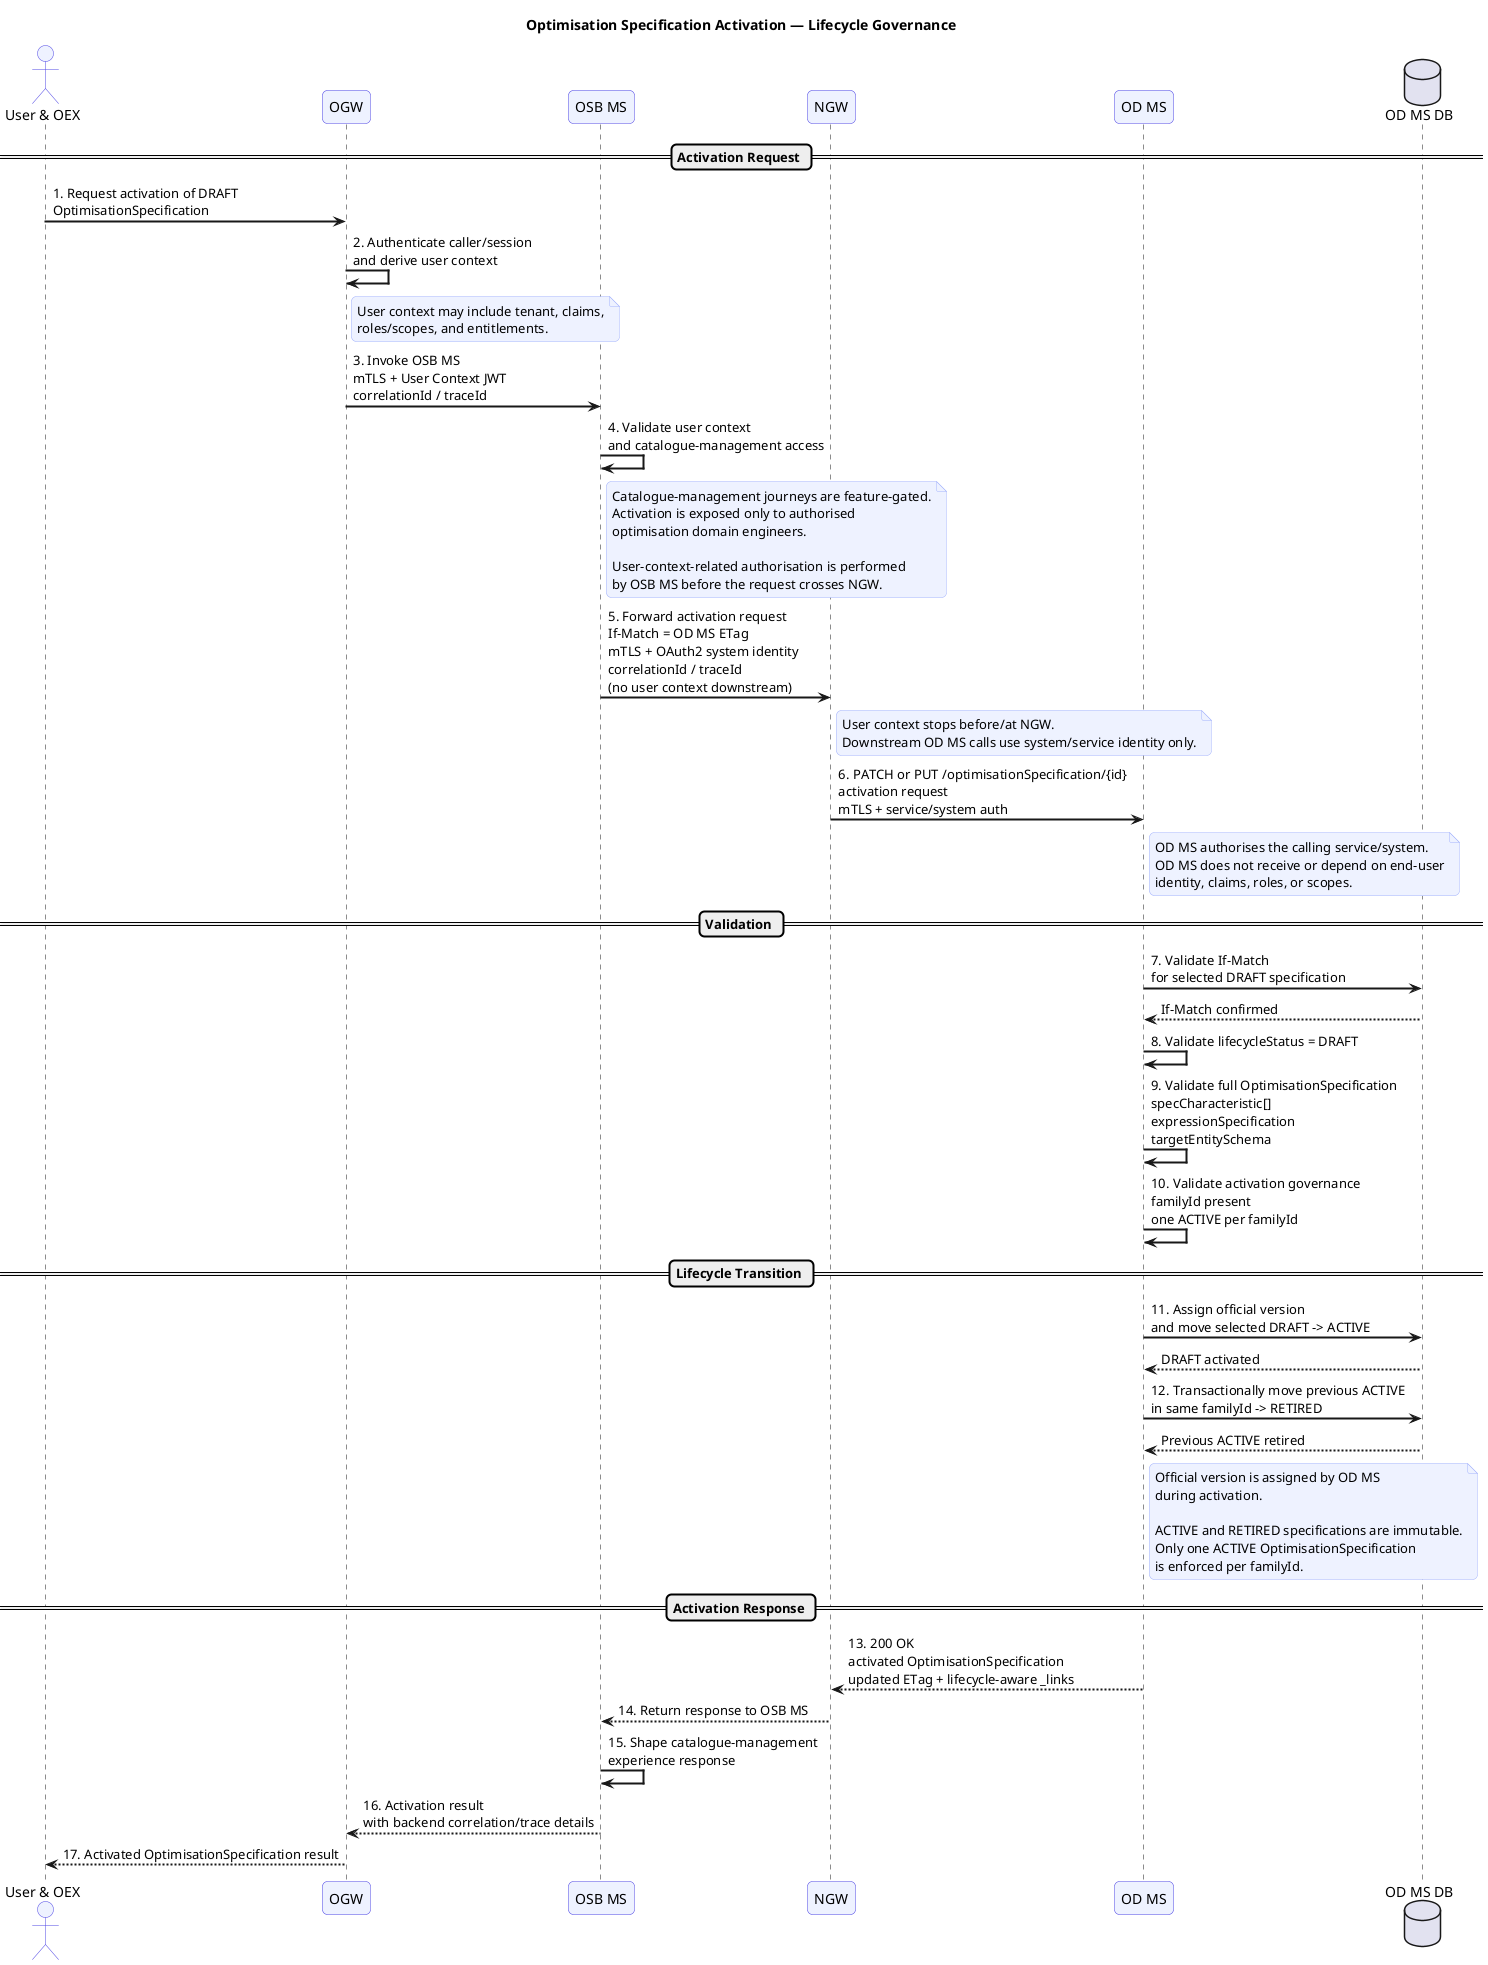
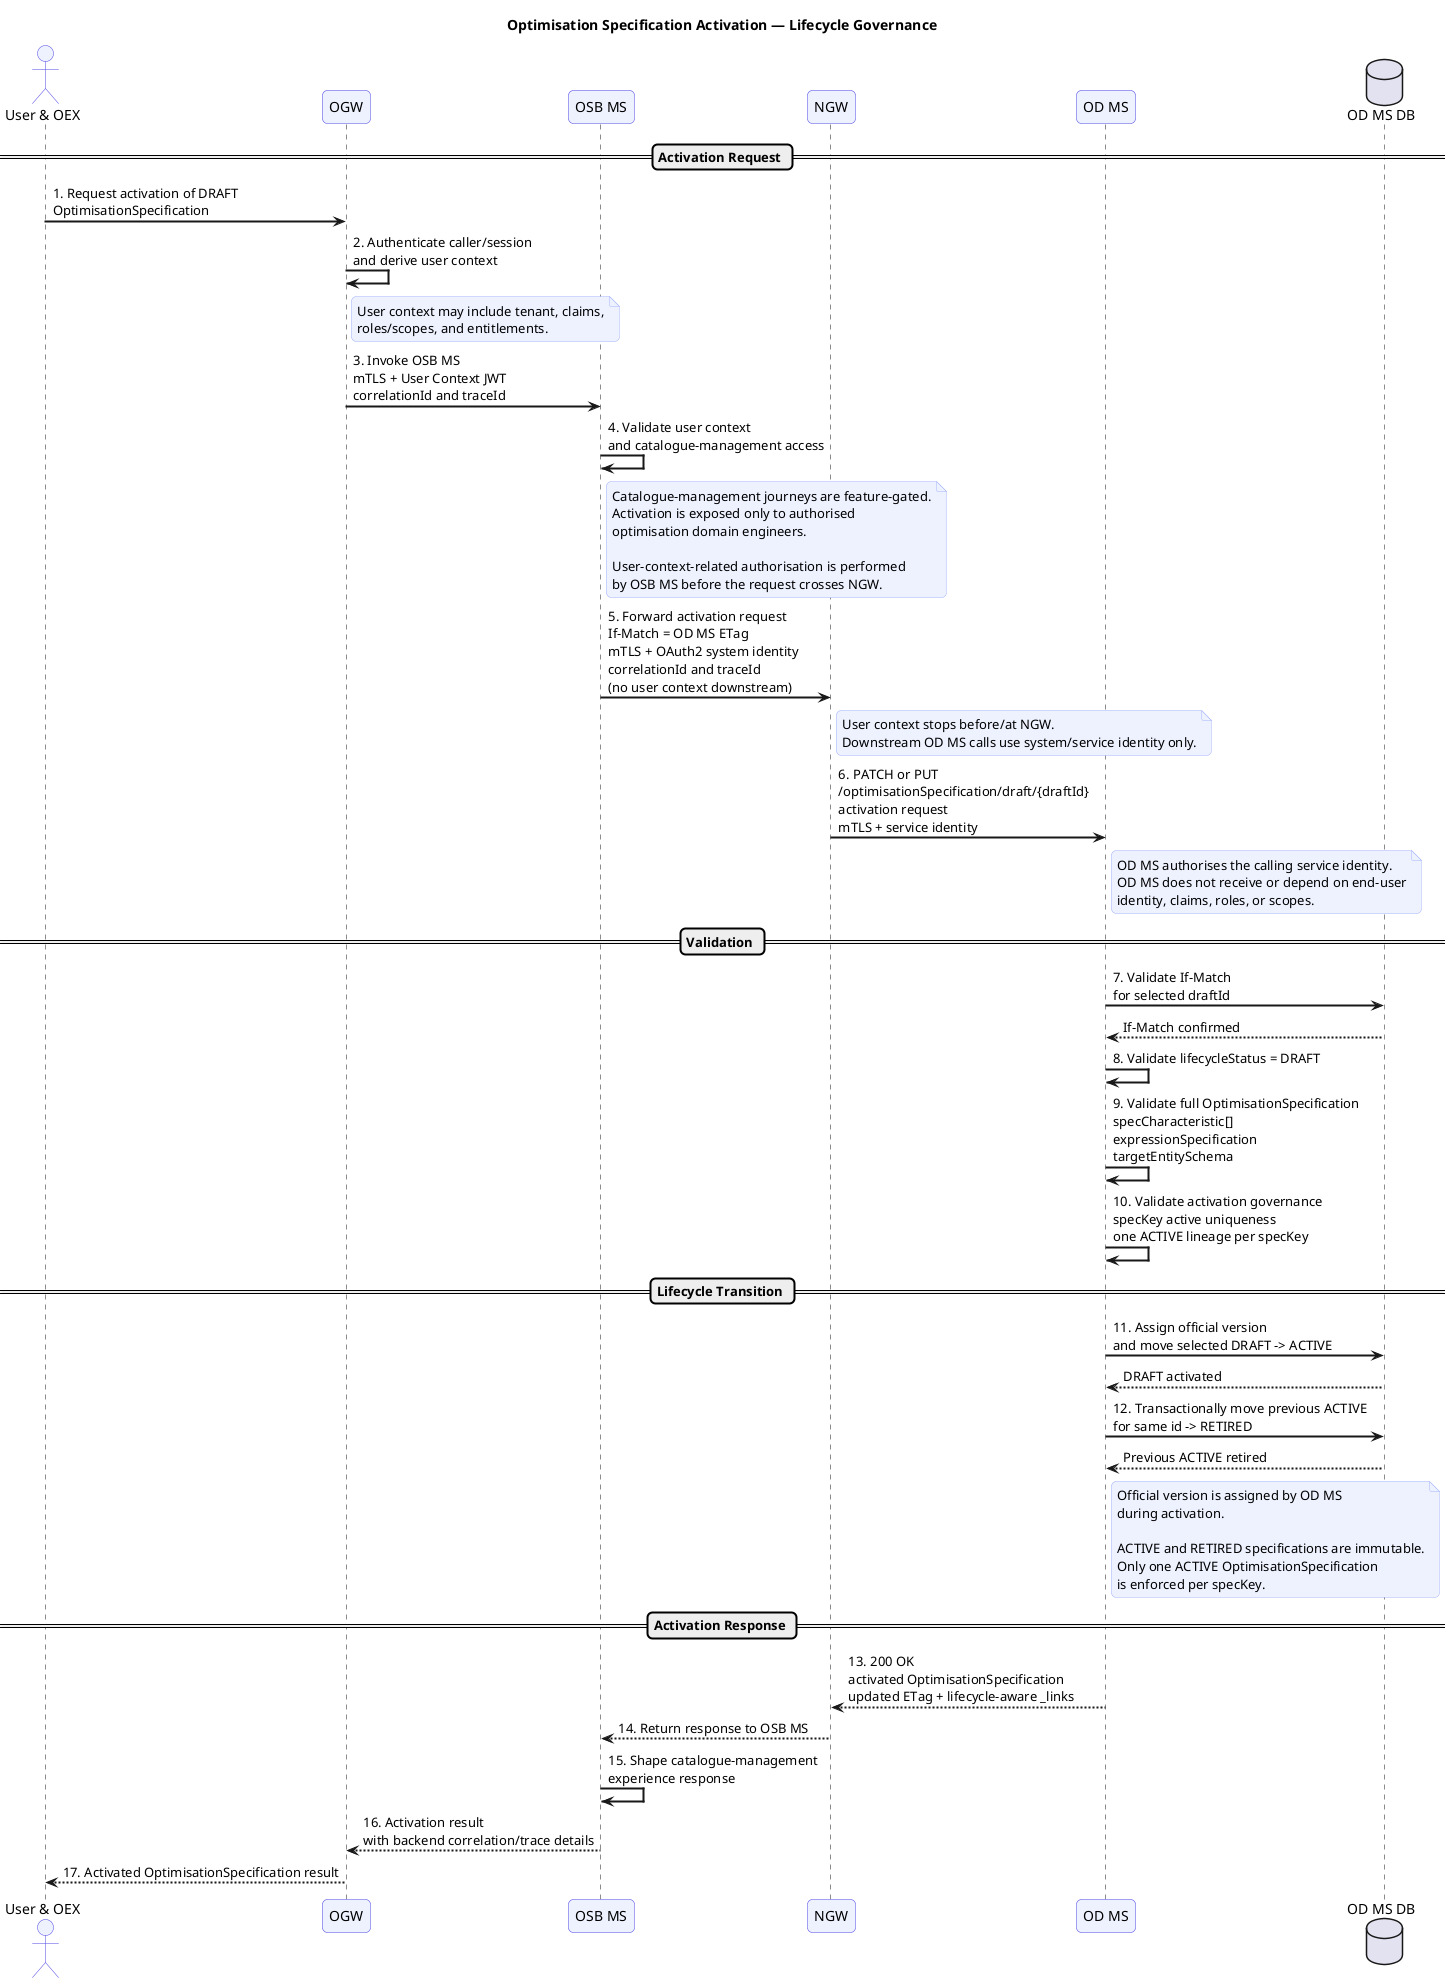
@startuml
title Optimisation Specification Activation — Lifecycle Governance

skinparam sequenceArrowThickness 2
skinparam roundcorner 10
skinparam sequenceParticipantBackgroundColor #EEF2FF
skinparam sequenceParticipantBorderColor #4F46E5
skinparam sequenceActorBackgroundColor #EEF2FF
skinparam sequenceActorBorderColor #4F46E5
skinparam noteBorderColor #A5B4FC
skinparam noteBackgroundColor #EEF2FF

actor "User & OEX" as Caller
participant "OGW" as OGW
participant "OSB MS" as OSB
participant "NGW" as NGW
participant "OD MS" as ODMS
database "OD MS DB" as ODDB

== Activation Request ==

Caller -> OGW : 1. Request activation of DRAFT\nOptimisationSpecification
OGW -> OGW : 2. Authenticate caller/session\nand derive user context

note right of OGW
User context may include tenant, claims,
roles/scopes, and entitlements.
end note

- OGW -> OSB : 3. Invoke OSB MS\nmTLS + User Context JWT\ncorrelationId / traceId
+ OGW -> OSB : 3. Invoke OSB MS\nmTLS + User Context JWT\ncorrelationId and traceId

OSB -> OSB : 4. Validate user context\nand catalogue-management access

note right of OSB
Catalogue-management journeys are feature-gated.
Activation is exposed only to authorised
optimisation domain engineers.

User-context-related authorisation is performed
by OSB MS before the request crosses NGW.
end note

- OSB -> NGW : 5. Forward activation request\nIf-Match = OD MS ETag\nmTLS + OAuth2 system identity\ncorrelationId / traceId\n(no user context downstream)
+ OSB -> NGW : 5. Forward activation request\nIf-Match = OD MS ETag\nmTLS + OAuth2 system identity\ncorrelationId and traceId\n(no user context downstream)

note right of NGW
User context stops before/at NGW.
Downstream OD MS calls use system/service identity only.
end note

- NGW -> ODMS : 6. PATCH or PUT /optimisationSpecification/{id}\nactivation request\nmTLS + service/system auth
+ NGW -> ODMS : 6. PATCH or PUT\n/optimisationSpecification/draft/{draftId}\nactivation request\nmTLS + service identity

note right of ODMS
- OD MS authorises the calling service/system.
+ OD MS authorises the calling service identity.
OD MS does not receive or depend on end-user
identity, claims, roles, or scopes.
end note

== Validation ==

- ODMS -> ODDB : 7. Validate If-Match\nfor selected DRAFT specification
+ ODMS -> ODDB : 7. Validate If-Match\nfor selected draftId
ODDB --> ODMS : If-Match confirmed

ODMS -> ODMS : 8. Validate lifecycleStatus = DRAFT
ODMS -> ODMS : 9. Validate full OptimisationSpecification\nspecCharacteristic[]\nexpressionSpecification\ntargetEntitySchema
- ODMS -> ODMS : 10. Validate activation governance\nfamilyId present\none ACTIVE per familyId
+ ODMS -> ODMS : 10. Validate activation governance\nspecKey active uniqueness\none ACTIVE lineage per specKey

== Lifecycle Transition ==

ODMS -> ODDB : 11. Assign official version\nand move selected DRAFT -> ACTIVE
ODDB --> ODMS : DRAFT activated

- ODMS -> ODDB : 12. Transactionally move previous ACTIVE\nin same familyId -> RETIRED
+ ODMS -> ODDB : 12. Transactionally move previous ACTIVE\nfor same id -> RETIRED
ODDB --> ODMS : Previous ACTIVE retired

note right of ODMS
Official version is assigned by OD MS
during activation.

ACTIVE and RETIRED specifications are immutable.
Only one ACTIVE OptimisationSpecification
- is enforced per familyId.
+ is enforced per specKey.
end note

== Activation Response ==

ODMS --> NGW : 13. 200 OK\nactivated OptimisationSpecification\nupdated ETag + lifecycle-aware _links
NGW --> OSB : 14. Return response to OSB MS

OSB -> OSB : 15. Shape catalogue-management\nexperience response
OSB --> OGW : 16. Activation result\nwith backend correlation/trace details
OGW --> Caller : 17. Activated OptimisationSpecification result

@enduml
